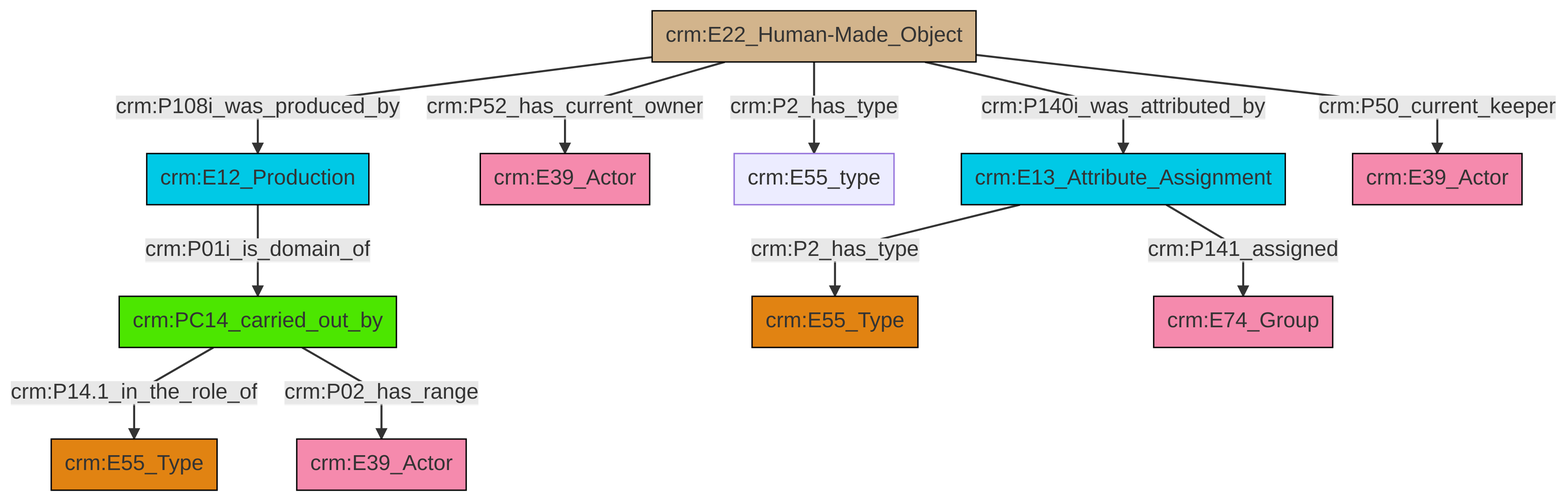
Before: et/artworkCSV/ttl/mmd/png/Artwork_Actor_Relations.png, a diagram exported from Mermaid (swiss-art-research-net/reference-data-models). Its source is kept beside it as et/artworkCSV/ttl/mmd/Artwork_Actor_Relations.ttl.mmd.
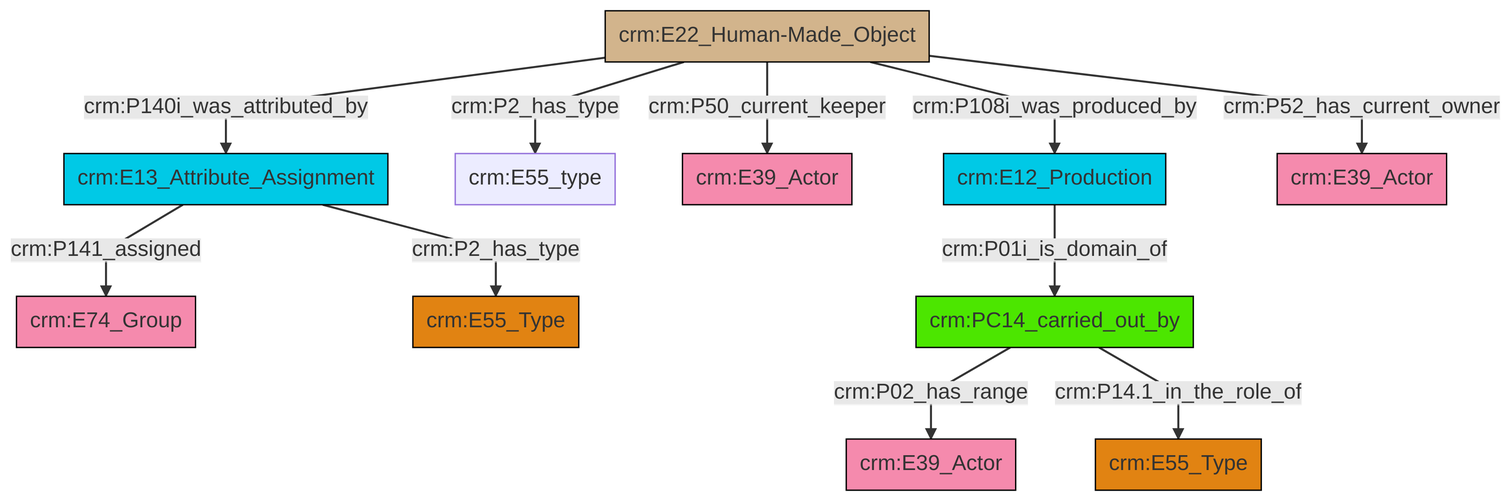
The same file after the commit.

The edit, as a diff of the source:
```diff
@@ -13,13 +13,13 @@
 classDef PC_Classes fill:#4ce600, stroke:#000000;
 classDef Multi fill:#cccccc,stroke:#000000;
 
-0["crm:E12_Production"]:::Temporal_Entity -->|crm:P01i_is_domain_of| 2["crm:PC14_carried_out_by"]:::PC_Classes
-3["crm:E22_Human-Made_Object"]:::Physical_Thing -->|crm:P52_has_current_owner| 4["crm:E39_Actor"]:::Actor
-3["crm:E22_Human-Made_Object"]:::Physical_Thing -->|crm:P108i_was_produced_by| 0["crm:E12_Production"]:::Temporal_Entity
-9["crm:E13_Attribute_Assignment"]:::Temporal_Entity -->|crm:P2_has_type| 7["crm:E55_Type"]:::Type
-2["crm:PC14_carried_out_by"]:::PC_Classes -->|crm:P14.1_in_the_role_of| 14["crm:E55_Type"]:::Type
-3["crm:E22_Human-Made_Object"]:::Physical_Thing -->|crm:P50_current_keeper| 17["crm:E39_Actor"]:::Actor
-3["crm:E22_Human-Made_Object"]:::Physical_Thing -->|crm:P2_has_type| 5["crm:E55_type"]:::Default
-2["crm:PC14_carried_out_by"]:::PC_Classes -->|crm:P02_has_range| 12["crm:E39_Actor"]:::Actor
-3["crm:E22_Human-Made_Object"]:::Physical_Thing -->|crm:P140i_was_attributed_by| 9["crm:E13_Attribute_Assignment"]:::Temporal_Entity
-9["crm:E13_Attribute_Assignment"]:::Temporal_Entity -->|crm:P141_assigned| 10["crm:E74_Group"]:::Actor
+0["crm:E13_Attribute_Assignment"]:::Temporal_Entity -->|crm:P141_assigned| 1["crm:E74_Group"]:::Actor
+8["crm:E22_Human-Made_Object"]:::Physical_Thing -->|crm:P140i_was_attributed_by| 0["crm:E13_Attribute_Assignment"]:::Temporal_Entity
+6["crm:E12_Production"]:::Temporal_Entity -->|crm:P01i_is_domain_of| 9["crm:PC14_carried_out_by"]:::PC_Classes
+8["crm:E22_Human-Made_Object"]:::Physical_Thing -->|crm:P2_has_type| 11["crm:E55_type"]:::Default
+9["crm:PC14_carried_out_by"]:::PC_Classes -->|crm:P02_has_range| 2["crm:E39_Actor"]:::Actor
+8["crm:E22_Human-Made_Object"]:::Physical_Thing -->|crm:P50_current_keeper| 15["crm:E39_Actor"]:::Actor
+9["crm:PC14_carried_out_by"]:::PC_Classes -->|crm:P14.1_in_the_role_of| 16["crm:E55_Type"]:::Type
+8["crm:E22_Human-Made_Object"]:::Physical_Thing -->|crm:P108i_was_produced_by| 6["crm:E12_Production"]:::Temporal_Entity
+8["crm:E22_Human-Made_Object"]:::Physical_Thing -->|crm:P52_has_current_owner| 17["crm:E39_Actor"]:::Actor
+0["crm:E13_Attribute_Assignment"]:::Temporal_Entity -->|crm:P2_has_type| 13["crm:E55_Type"]:::Type
```
